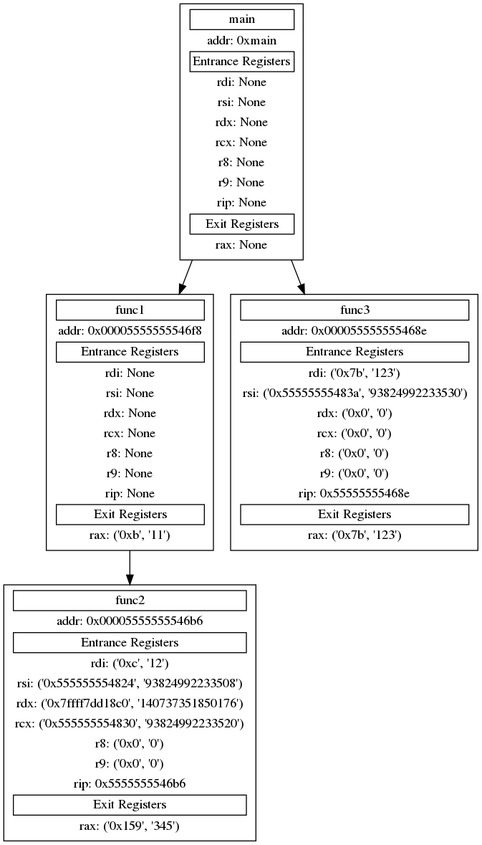
The Graphviz diagram Out/result.gv.png in cty123/CS527-Final-Project, before a commit. Its source is kept beside it as Out/result.gv.
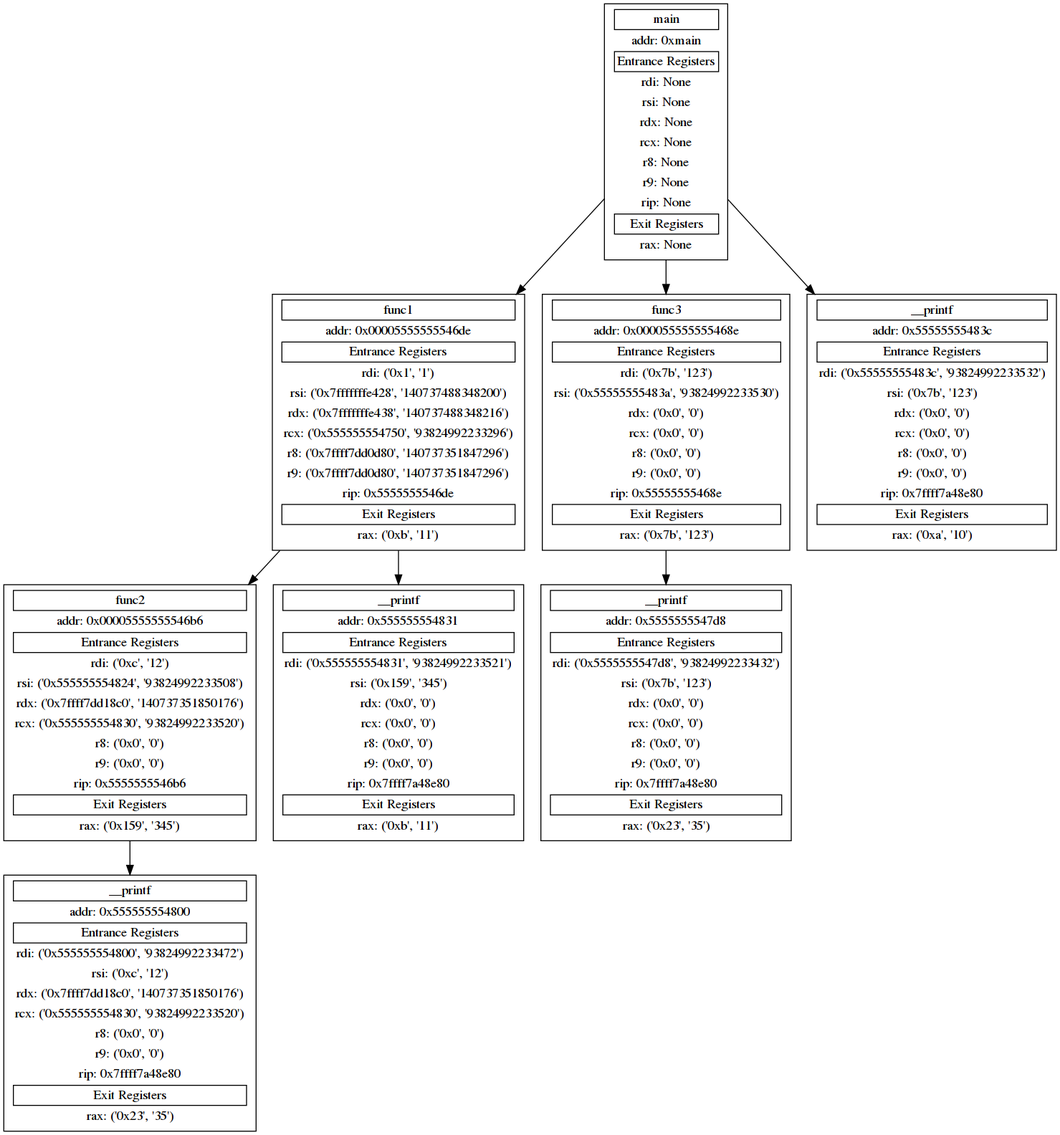
The same diagram one commit later.

Diff of the diagram source:
```diff
@@ -18,15 +18,15 @@
 	main_0xmain_1 [label=<
     <table border="0">
         <tr><td align="text" border="1">func1</td></tr>
-        <tr><td align="text">addr: 0x00005555555546f8</td></tr>
+        <tr><td align="text">addr: 0x00005555555546de</td></tr>
         <tr><td align="text" border="1">Entrance Registers</td></tr>
-        <tr><td align="text">rdi: None</td></tr>
-        <tr><td align="text">rsi: None</td></tr>
-        <tr><td align="text">rdx: None</td></tr>
-        <tr><td align="text">rcx: None</td></tr>
-        <tr><td align="text">r8: None</td></tr>
-        <tr><td align="text">r9: None</td></tr>
-        <tr><td align="text">rip: None</td></tr>
+        <tr><td align="text">rdi: ('0x1', '1')</td></tr>
+        <tr><td align="text">rsi: ('0x7fffffffe428', '140737488348200')</td></tr>
+        <tr><td align="text">rdx: ('0x7fffffffe438', '140737488348216')</td></tr>
+        <tr><td align="text">rcx: ('0x555555554750', '93824992233296')</td></tr>
+        <tr><td align="text">r8: ('0x7ffff7dd0d80', '140737351847296')</td></tr>
+        <tr><td align="text">r9: ('0x7ffff7dd0d80', '140737351847296')</td></tr>
+        <tr><td align="text">rip: 0x5555555546de</td></tr>
         <tr><td align="text" border="1">Exit Registers</td></tr>
         <tr><td align="text">rax: ('0xb', '11')</td></tr>
     </table>
@@ -49,7 +49,41 @@
     </table>
     > shape=box]
 	main -> main_0xmain_2
-	func1_0x00005555555546f8_3 [label=<
+	main_0xmain_3 [label=<
+    <table border="0">
+        <tr><td align="text" border="1">__printf</td></tr>
+        <tr><td align="text">addr: 0x55555555483c</td></tr>
+        <tr><td align="text" border="1">Entrance Registers</td></tr>
+        <tr><td align="text">rdi: ('0x55555555483c', '93824992233532')</td></tr>
+        <tr><td align="text">rsi: ('0x7b', '123')</td></tr>
+        <tr><td align="text">rdx: ('0x0', '0')</td></tr>
+        <tr><td align="text">rcx: ('0x0', '0')</td></tr>
+        <tr><td align="text">r8: ('0x0', '0')</td></tr>
+        <tr><td align="text">r9: ('0x0', '0')</td></tr>
+        <tr><td align="text">rip: 0x7ffff7a48e80</td></tr>
+        <tr><td align="text" border="1">Exit Registers</td></tr>
+        <tr><td align="text">rax: ('0xa', '10')</td></tr>
+    </table>
+    > shape=box]
+	main -> main_0xmain_3
+	func3_0x000055555555468e_4 [label=<
+    <table border="0">
+        <tr><td align="text" border="1">__printf</td></tr>
+        <tr><td align="text">addr: 0x5555555547d8</td></tr>
+        <tr><td align="text" border="1">Entrance Registers</td></tr>
+        <tr><td align="text">rdi: ('0x5555555547d8', '93824992233432')</td></tr>
+        <tr><td align="text">rsi: ('0x7b', '123')</td></tr>
+        <tr><td align="text">rdx: ('0x0', '0')</td></tr>
+        <tr><td align="text">rcx: ('0x0', '0')</td></tr>
+        <tr><td align="text">r8: ('0x0', '0')</td></tr>
+        <tr><td align="text">r9: ('0x0', '0')</td></tr>
+        <tr><td align="text">rip: 0x7ffff7a48e80</td></tr>
+        <tr><td align="text" border="1">Exit Registers</td></tr>
+        <tr><td align="text">rax: ('0x23', '35')</td></tr>
+    </table>
+    > shape=box]
+	main_0xmain_2 -> func3_0x000055555555468e_4
+	func1_0x00005555555546de_5 [label=<
     <table border="0">
         <tr><td align="text" border="1">func2</td></tr>
         <tr><td align="text">addr: 0x00005555555546b6</td></tr>
@@ -65,5 +99,39 @@
         <tr><td align="text">rax: ('0x159', '345')</td></tr>
     </table>
     > shape=box]
-	main_0xmain_1 -> func1_0x00005555555546f8_3
+	main_0xmain_1 -> func1_0x00005555555546de_5
+	func1_0x00005555555546de_6 [label=<
+    <table border="0">
+        <tr><td align="text" border="1">__printf</td></tr>
+        <tr><td align="text">addr: 0x555555554831</td></tr>
+        <tr><td align="text" border="1">Entrance Registers</td></tr>
+        <tr><td align="text">rdi: ('0x555555554831', '93824992233521')</td></tr>
+        <tr><td align="text">rsi: ('0x159', '345')</td></tr>
+        <tr><td align="text">rdx: ('0x0', '0')</td></tr>
+        <tr><td align="text">rcx: ('0x0', '0')</td></tr>
+        <tr><td align="text">r8: ('0x0', '0')</td></tr>
+        <tr><td align="text">r9: ('0x0', '0')</td></tr>
+        <tr><td align="text">rip: 0x7ffff7a48e80</td></tr>
+        <tr><td align="text" border="1">Exit Registers</td></tr>
+        <tr><td align="text">rax: ('0xb', '11')</td></tr>
+    </table>
+    > shape=box]
+	main_0xmain_1 -> func1_0x00005555555546de_6
+	func2_0x00005555555546b6_7 [label=<
+    <table border="0">
+        <tr><td align="text" border="1">__printf</td></tr>
+        <tr><td align="text">addr: 0x555555554800</td></tr>
+        <tr><td align="text" border="1">Entrance Registers</td></tr>
+        <tr><td align="text">rdi: ('0x555555554800', '93824992233472')</td></tr>
+        <tr><td align="text">rsi: ('0xc', '12')</td></tr>
+        <tr><td align="text">rdx: ('0x7ffff7dd18c0', '140737351850176')</td></tr>
+        <tr><td align="text">rcx: ('0x555555554830', '93824992233520')</td></tr>
+        <tr><td align="text">r8: ('0x0', '0')</td></tr>
+        <tr><td align="text">r9: ('0x0', '0')</td></tr>
+        <tr><td align="text">rip: 0x7ffff7a48e80</td></tr>
+        <tr><td align="text" border="1">Exit Registers</td></tr>
+        <tr><td align="text">rax: ('0x23', '35')</td></tr>
+    </table>
+    > shape=box]
+	func1_0x00005555555546de_5 -> func2_0x00005555555546b6_7
 }
```
